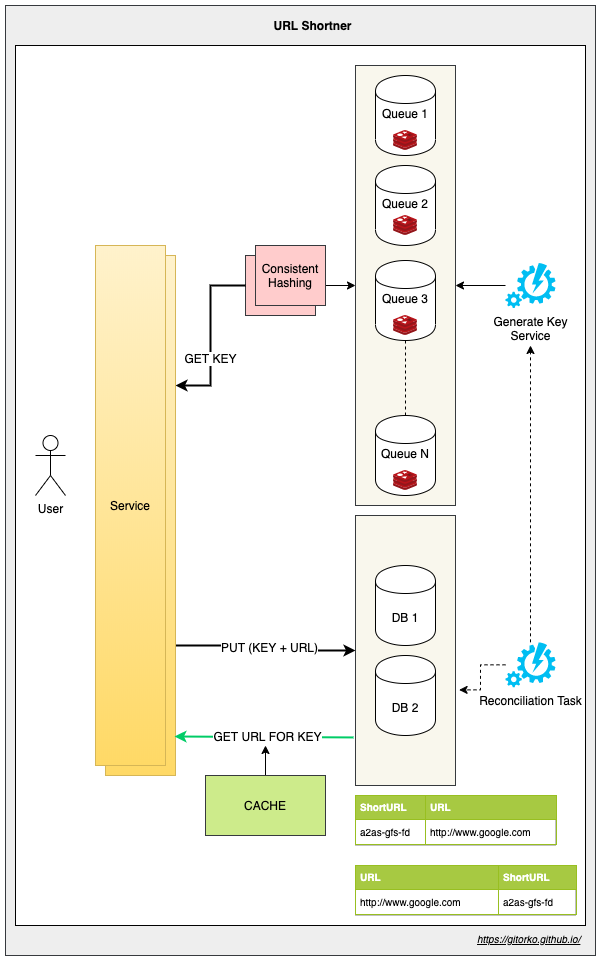
Before: post/grokking-the-system-design-interview/url-shortner.png, a diagram exported from draw.io (gitorko/gitorko.github.io). Source tidied: cells renumbered, new cells last; positions are measured from the earlier drawing's top-left corner, leaving out a move shared by most shapes.
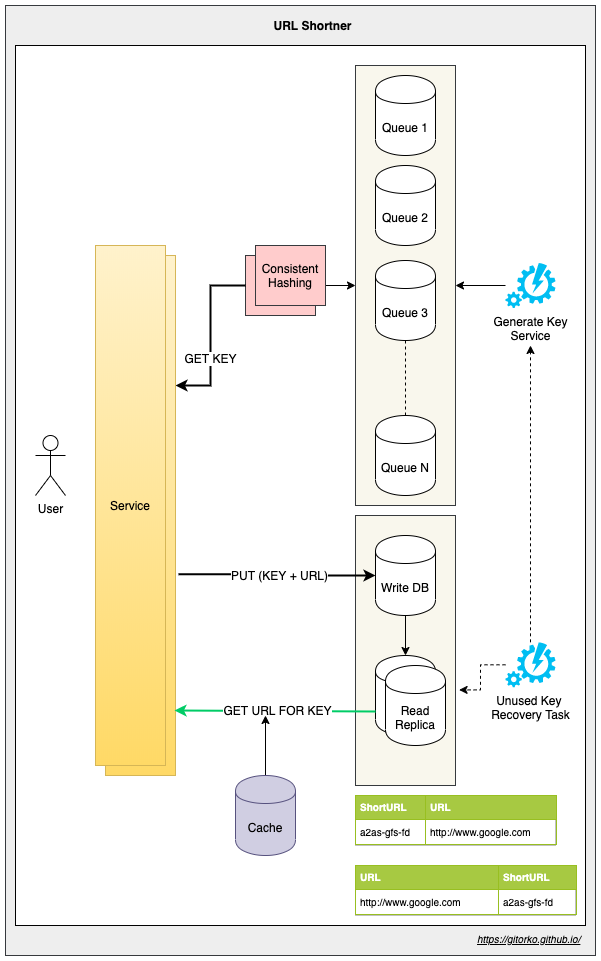
Later version of the same file.

Change to the diagram source:
```diff
@@ -14,11 +14,14 @@
     <mxCell id="5" style="rounded=0;whiteSpace=wrap;html=1;fillColor=#f9f7ed;strokeColor=#36393d;" parent="1" vertex="1">
       <mxGeometry x="350" y="60" width="100" height="440" as="geometry" />
     </mxCell>
-    <mxCell id="6" value="Queue 1&lt;br&gt;&lt;br&gt;&lt;br&gt;" style="shape=cylinder;whiteSpace=wrap;html=1;boundedLbl=1;backgroundOutline=1;" parent="1" vertex="1">
+    <mxCell id="6" value="Queue 1" style="shape=cylinder;whiteSpace=wrap;html=1;boundedLbl=1;backgroundOutline=1;" parent="1" vertex="1">
       <mxGeometry x="370" y="70" width="60" height="80" as="geometry" />
     </mxCell>
+    <mxCell id="40" style="edgeStyle=orthogonalEdgeStyle;rounded=0;jettySize=auto;html=1;exitX=0.5;exitY=1;exitDx=0;exitDy=0;entryX=0.5;entryY=0;entryDx=0;entryDy=0;" parent="1" edge="1" source="7" target="23">
+      <mxGeometry relative="1" as="geometry" />
+    </mxCell>
-    <mxCell id="7" value="DB 1" style="shape=cylinder;whiteSpace=wrap;html=1;boundedLbl=1;backgroundOutline=1;" parent="1" vertex="1">
-      <mxGeometry x="370" y="560" width="60" height="80" as="geometry" />
+    <mxCell id="7" value="Write DB" style="shape=cylinder;whiteSpace=wrap;html=1;boundedLbl=1;backgroundOutline=1;" parent="1" vertex="1">
+      <mxGeometry x="370" y="530" width="60" height="80" as="geometry" />
     </mxCell>
     <mxCell id="8" value="User" style="shape=umlActor;verticalLabelPosition=bottom;labelBackgroundColor=#ffffff;verticalAlign=top;html=1;" parent="1" vertex="1">
       <mxGeometry x="30" y="430" width="30" height="60" as="geometry" />
@@ -29,10 +32,10 @@
     <mxCell id="10" value="Generate Key&lt;br&gt;Service" style="verticalLabelPosition=bottom;html=1;verticalAlign=top;align=center;strokeColor=none;fillColor=#00BEF2;shape=mxgraph.azure.automation;" parent="1" vertex="1">
       <mxGeometry x="500" y="257.5" width="50" height="45" as="geometry" />
     </mxCell>
-    <mxCell id="11" value="Queue 2&lt;br&gt;&lt;br&gt;&lt;br&gt;" style="shape=cylinder;whiteSpace=wrap;html=1;boundedLbl=1;backgroundOutline=1;" parent="1" vertex="1">
+    <mxCell id="11" value="Queue 2" style="shape=cylinder;whiteSpace=wrap;html=1;boundedLbl=1;backgroundOutline=1;" parent="1" vertex="1">
       <mxGeometry x="370" y="160" width="60" height="80" as="geometry" />
     </mxCell>
-    <mxCell id="12" value="Queue 3&lt;br&gt;&lt;br&gt;&lt;br&gt;" style="shape=cylinder;whiteSpace=wrap;html=1;boundedLbl=1;backgroundOutline=1;" parent="1" vertex="1">
+    <mxCell id="12" value="Queue 3" style="shape=cylinder;whiteSpace=wrap;html=1;boundedLbl=1;backgroundOutline=1;" parent="1" vertex="1">
       <mxGeometry x="370" y="255" width="60" height="80" as="geometry" />
     </mxCell>
     <mxCell id="13" style="edgeStyle=orthogonalEdgeStyle;rounded=0;jettySize=auto;html=1;entryX=0;entryY=0.5;entryDx=0;entryDy=0;" parent="1" edge="1" source="14" target="5">
@@ -41,7 +44,7 @@
     <mxCell id="14" style="rounded=0;whiteSpace=wrap;html=1;fillColor=#ffcccc;strokeColor=#36393d;" parent="1" vertex="1">
       <mxGeometry x="240" y="250" width="70" height="60" as="geometry" />
     </mxCell>
-    <mxCell id="15" value="Queue N&lt;br&gt;&lt;br&gt;&lt;br&gt;" style="shape=cylinder;whiteSpace=wrap;html=1;boundedLbl=1;backgroundOutline=1;" parent="1" vertex="1">
+    <mxCell id="15" value="Queue N" style="shape=cylinder;whiteSpace=wrap;html=1;boundedLbl=1;backgroundOutline=1;" parent="1" vertex="1">
       <mxGeometry x="370" y="410" width="60" height="80" as="geometry" />
     </mxCell>
     <mxCell id="16" style="endArrow=none;dashed=1;html=1;entryX=0.5;entryY=1;entryDx=0;entryDy=0;exitX=0.5;exitY=0;exitDx=0;exitDy=0;" parent="1" edge="1" source="15" target="12">
@@ -53,7 +56,7 @@
     <mxCell id="18" value="GET KEY" style="text;html=1;align=center;verticalAlign=middle;labelBackgroundColor=#ffffff;" parent="17" vertex="1">
       <mxGeometry x="-0.26" y="1" relative="1" as="geometry" />
     </mxCell>
-    <mxCell id="19" style="edgeStyle=orthogonalEdgeStyle;rounded=0;jettySize=auto;html=1;exitX=1;exitY=0.75;exitDx=0;exitDy=0;entryX=0;entryY=0.5;entryDx=0;entryDy=0;strokeWidth=2;" parent="1" edge="1" source="21" target="4">
+    <mxCell id="19" style="edgeStyle=orthogonalEdgeStyle;rounded=0;jettySize=auto;html=1;exitX=1.043;exitY=0.613;exitDx=0;exitDy=0;entryX=0;entryY=0.5;entryDx=0;entryDy=0;strokeWidth=2;exitPerimeter=0;" parent="1" edge="1" source="21" target="7">
       <mxGeometry relative="1" as="geometry" />
     </mxCell>
     <mxCell id="20" value="PUT (KEY + URL)" style="text;html=1;align=center;verticalAlign=middle;labelBackgroundColor=#ffffff;" parent="19" vertex="1">
@@ -67,11 +70,13 @@
     <mxCell id="22" value="Consistent Hashing" style="rounded=0;whiteSpace=wrap;html=1;fillColor=#ffcccc;strokeColor=#36393d;" parent="1" vertex="1">
       <mxGeometry x="250" y="240" width="70" height="60" as="geometry" />
     </mxCell>
-    <mxCell id="23" value="DB 2" style="shape=cylinder;whiteSpace=wrap;html=1;boundedLbl=1;backgroundOutline=1;" parent="1" vertex="1">
+    <mxCell id="23" value="Read&lt;br&gt;Replica" style="shape=cylinder;whiteSpace=wrap;html=1;boundedLbl=1;backgroundOutline=1;" parent="1" vertex="1">
       <mxGeometry x="370" y="650" width="60" height="80" as="geometry" />
     </mxCell>
-    <mxCell id="24" style="endArrow=none;html=1;exitX=0.986;exitY=0.925;exitDx=0;exitDy=0;exitPerimeter=0;entryX=-0.02;entryY=0.822;entryDx=0;entryDy=0;entryPerimeter=0;startArrow=classic;startFill=1;endFill=0;strokeWidth=2;strokeColor=#00CC66;" parent="1" edge="1" source="21" target="4">
-      <mxGeometry relative="1" as="geometry" />
+    <mxCell id="24" style="endArrow=none;html=1;exitX=0.986;exitY=0.925;exitDx=0;exitDy=0;exitPerimeter=0;entryX=0;entryY=0.7;entryDx=0;entryDy=0;startArrow=classic;startFill=1;endFill=0;strokeWidth=2;strokeColor=#00CC66;" parent="1" edge="1" target="23">
+      <mxGeometry relative="1" as="geometry">
+        <mxPoint x="169" y="705" as="sourcePoint" />
+      </mxGeometry>
     </mxCell>
     <mxCell id="25" value="GET URL FOR KEY" style="text;html=1;align=center;verticalAlign=middle;labelBackgroundColor=#ffffff;" parent="24" vertex="1">
       <mxGeometry x="0.02" y="1" relative="1" as="geometry" />
@@ -99,28 +104,20 @@
     <mxCell id="32" style="edgeStyle=orthogonalEdgeStyle;rounded=0;jettySize=auto;html=1;dashed=1;entryX=1.036;entryY=0.646;entryDx=0;entryDy=0;entryPerimeter=0;" parent="1" edge="1" source="33" target="4">
       <mxGeometry relative="1" as="geometry" />
     </mxCell>
-    <mxCell id="33" value="Reconciliation Task" style="verticalLabelPosition=bottom;html=1;verticalAlign=top;align=center;strokeColor=none;fillColor=#00BEF2;shape=mxgraph.azure.automation;" parent="1" vertex="1">
+    <mxCell id="33" value="Unused Key &lt;br&gt;Recovery Task" style="verticalLabelPosition=bottom;html=1;verticalAlign=top;align=center;strokeColor=none;fillColor=#00BEF2;shape=mxgraph.azure.automation;" parent="1" vertex="1">
       <mxGeometry x="500" y="636.8" width="50" height="45" as="geometry" />
     </mxCell>
-    <mxCell id="34" style="edgeStyle=orthogonalEdgeStyle;rounded=0;jettySize=auto;html=1;exitX=0.5;exitY=0;exitDx=0;exitDy=0;" parent="1" edge="1" source="35">
+    <mxCell id="34" style="edgeStyle=orthogonalEdgeStyle;rounded=0;orthogonalLoop=1;jettySize=auto;html=1;exitX=0.5;exitY=0;exitDx=0;exitDy=0;" parent="1" edge="1">
       <mxGeometry relative="1" as="geometry">
-        <mxPoint x="260" y="740" as="targetPoint" />
+        <mxPoint x="260" y="770" as="sourcePoint" />
+        <mxPoint x="260" y="710" as="targetPoint" />
       </mxGeometry>
     </mxCell>
-    <mxCell id="35" value="CACHE" style="rounded=0;whiteSpace=wrap;html=1;fillColor=#cdeb8b;strokeColor=#36393d;" parent="1" vertex="1">
-      <mxGeometry x="200" y="770" width="120" height="60" as="geometry" />
-    </mxCell>
-    <mxCell id="36" style="html=1;align=center;image;fontSize=12;image=img/lib/mscae/Cache_Redis_Product.svg;" parent="1" vertex="1">
-      <mxGeometry x="388.1" y="125" width="23.8" height="20" as="geometry" />
-    </mxCell>
-    <mxCell id="37" style="html=1;align=center;image;fontSize=12;image=img/lib/mscae/Cache_Redis_Product.svg;" parent="1" vertex="1">
-      <mxGeometry x="388.1" y="210" width="23.8" height="20" as="geometry" />
-    </mxCell>
-    <mxCell id="38" style="html=1;align=center;image;fontSize=12;image=img/lib/mscae/Cache_Redis_Product.svg;" parent="1" vertex="1">
-      <mxGeometry x="388.1" y="310" width="23.8" height="20" as="geometry" />
-    </mxCell>
-    <mxCell id="39" style="html=1;align=center;image;fontSize=12;image=img/lib/mscae/Cache_Redis_Product.svg;" parent="1" vertex="1">
-      <mxGeometry x="388.1" y="465" width="23.8" height="20" as="geometry" />
-    </mxCell>
+    <mxCell id="41" value="Read&lt;br&gt;Replica" style="shape=cylinder;whiteSpace=wrap;html=1;boundedLbl=1;backgroundOutline=1;" parent="1" vertex="1">
+      <mxGeometry x="380" y="660" width="60" height="80" as="geometry" />
+    </mxCell>
+    <mxCell id="42" value="Cache" style="shape=cylinder;whiteSpace=wrap;html=1;boundedLbl=1;backgroundOutline=1;fillColor=#d0cee2;strokeColor=#56517e;" parent="1" vertex="1">
+      <mxGeometry x="230" y="770" width="60" height="80" as="geometry" />
+    </mxCell>
   </root>
 </mxGraphModel>
```
